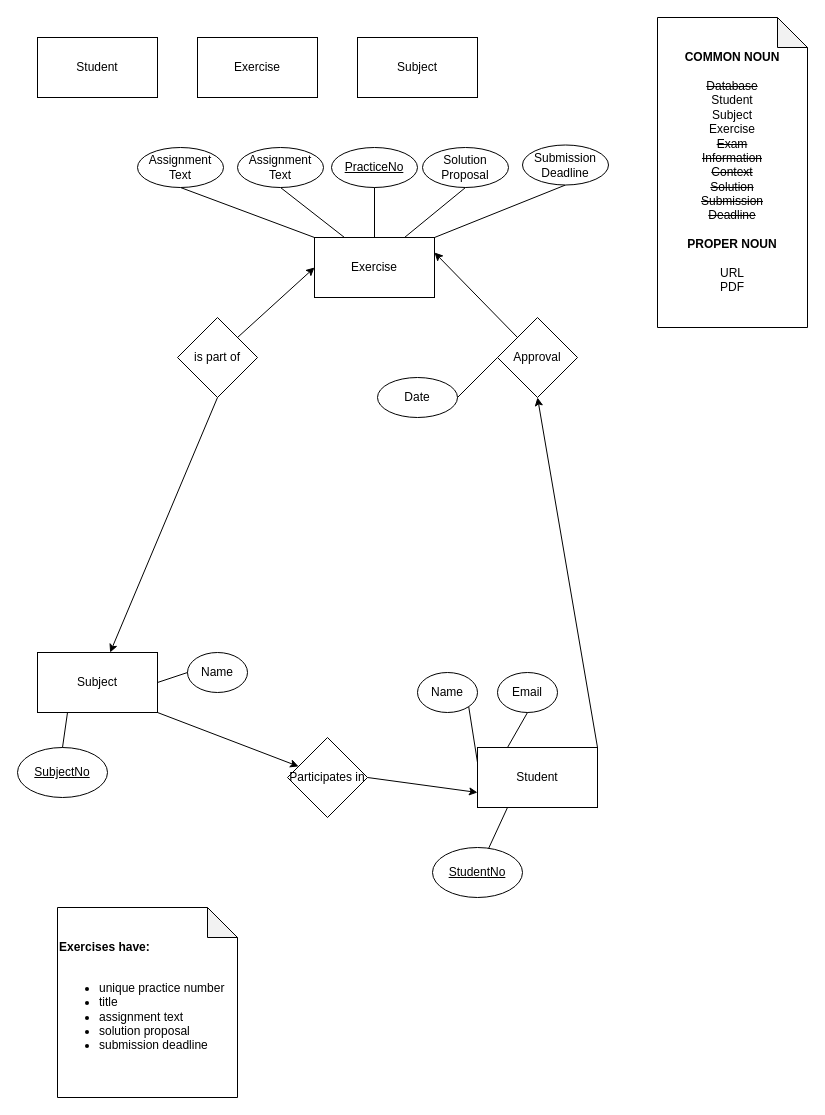
The draw.io diagram Data Engineer/Main Studies/Module 6 - Database and Data Warehouse/D2/task3_A.drawio in m-c-v-k/Portfolio, before the edit. Source tidied: cells renumbered, new cells numbered last; positions are measured from the earlier drawing's top-left corner, leaving out a move shared by most shapes. Both pictures are drawn from the tidied source at 100%, with x=0, y=0 at pixel (17, 17).
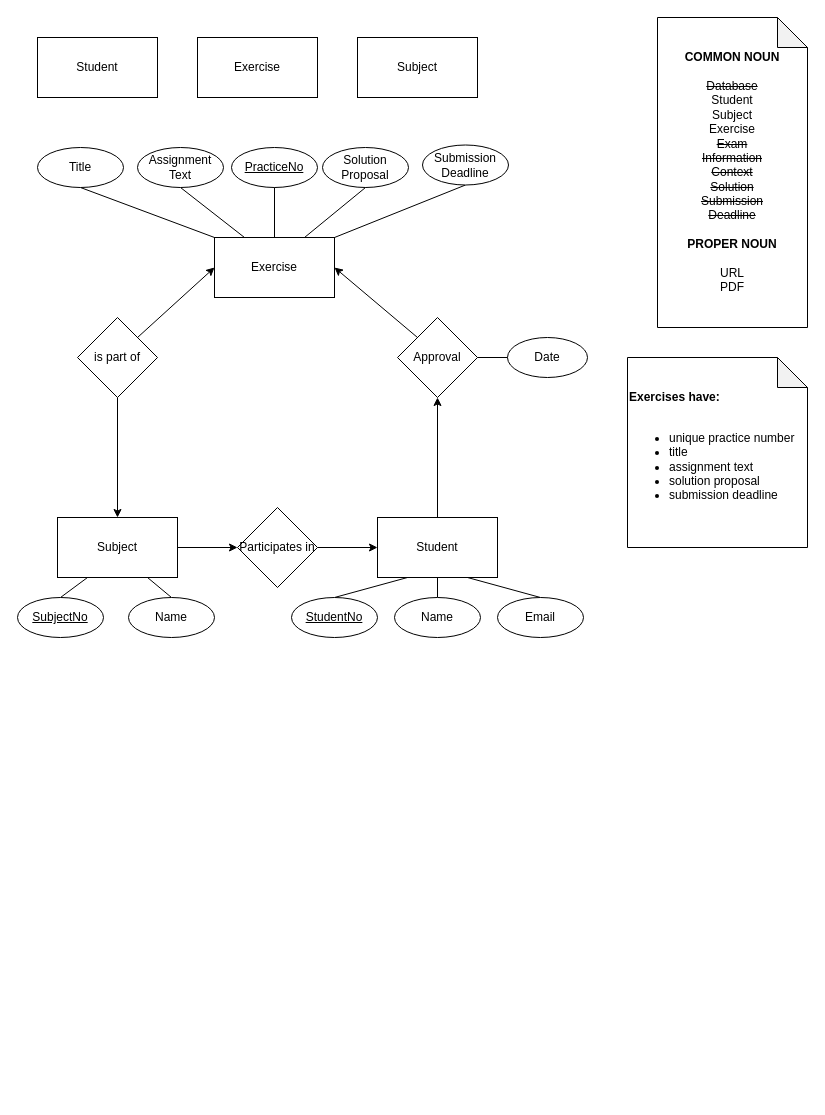
After the change.

The edit, as a diff of the source:
```diff
@@
-    <mxCell id="4" style="edgeStyle=none;html=1;exitX=0;exitY=0;exitDx=0;exitDy=0;entryX=1;entryY=0.25;entryDx=0;entryDy=0;" parent="1" edge="1" source="5" target="10">
-      <mxGeometry relative="1" as="geometry" />
+    <mxCell id="4" style="edgeStyle=none;html=1;exitX=0;exitY=0;exitDx=0;exitDy=0;entryX=1;entryY=0.5;entryDx=0;entryDy=0;" parent="1" edge="1" target="10">
+      <mxGeometry relative="1" as="geometry">
+        <mxPoint x="400" y="320" as="sourcePoint" />
+      </mxGeometry>
     </mxCell>
     <mxCell id="5" value="Approval" style="rhombus;whiteSpace=wrap;html=1;" parent="1" vertex="1">
-      <mxGeometry x="480" y="300" width="80" height="80" as="geometry" />
+      <mxGeometry x="380" y="300" width="80" height="80" as="geometry" />
     </mxCell>
@@
     <mxCell id="8" value="&lt;div&gt;Solution&lt;/div&gt;&lt;div&gt;Proposal&lt;br&gt;&lt;/div&gt;" style="ellipse;whiteSpace=wrap;html=1;" parent="1" vertex="1">
-      <mxGeometry x="405" y="130" width="86" height="40" as="geometry" />
+      <mxGeometry x="305" y="130" width="86" height="40" as="geometry" />
     </mxCell>
     <mxCell id="9" value="&lt;div align=&quot;left&quot;&gt;&lt;b&gt;Exercises have:&lt;/b&gt;&lt;/div&gt;&lt;div align=&quot;left&quot;&gt;&lt;br&gt;&lt;/div&gt;&lt;ul&gt;&lt;li&gt;unique practice number&lt;/li&gt;&lt;li&gt;title&lt;/li&gt;&lt;li&gt;assignment text&lt;/li&gt;&lt;li&gt;solution proposal&lt;/li&gt;&lt;li&gt;submission deadline&lt;/li&gt;&lt;/ul&gt;" style="shape=note;whiteSpace=wrap;html=1;backgroundOutline=1;darkOpacity=0.05;align=left;" parent="1" vertex="1">
-      <mxGeometry x="40" y="890" width="180" height="190" as="geometry" />
+      <mxGeometry x="610" y="340" width="180" height="190" as="geometry" />
     </mxCell>
     <mxCell id="10" value="Exercise" style="rounded=0;whiteSpace=wrap;html=1;" parent="1" vertex="1">
-      <mxGeometry x="297" y="220" width="120" height="60" as="geometry" />
+      <mxGeometry x="197" y="220" width="120" height="60" as="geometry" />
     </mxCell>
     <mxCell id="11" style="endArrow=none;html=1;rounded=0;entryX=0.5;entryY=0;entryDx=0;entryDy=0;exitX=0.5;exitY=1;exitDx=0;exitDy=0;" parent="1" edge="1" target="10">
       <mxGeometry relative="1" as="geometry">
-        <mxPoint x="357" y="168.8" as="sourcePoint" />
+        <mxPoint x="257" y="168.8" as="sourcePoint" />
       </mxGeometry>
     </mxCell>
@@
     <mxCell id="16" value="Date" style="ellipse;whiteSpace=wrap;html=1;" parent="1" vertex="1">
-      <mxGeometry x="360" y="360" width="80" height="40" as="geometry" />
+      <mxGeometry x="490" y="320" width="80" height="40" as="geometry" />
     </mxCell>
-    <mxCell id="17" style="endArrow=none;html=1;rounded=0;entryX=0;entryY=0.5;entryDx=0;entryDy=0;exitX=1;exitY=0.5;exitDx=0;exitDy=0;" parent="1" edge="1" source="16" target="5">
-      <mxGeometry relative="1" as="geometry" />
+    <mxCell id="17" style="endArrow=none;html=1;rounded=0;exitX=0;exitY=0.5;exitDx=0;exitDy=0;" parent="1" edge="1" source="16">
+      <mxGeometry relative="1" as="geometry">
+        <mxPoint x="460" y="340" as="targetPoint" />
+      </mxGeometry>
     </mxCell>
-    <mxCell id="18" style="edgeStyle=none;html=1;exitX=1;exitY=0;exitDx=0;exitDy=0;entryX=0.5;entryY=1;entryDx=0;entryDy=0;" parent="1" edge="1" source="19" target="5">
+    <mxCell id="18" style="edgeStyle=none;html=1;exitX=0.5;exitY=0;exitDx=0;exitDy=0;entryX=0.5;entryY=1;entryDx=0;entryDy=0;" parent="1" edge="1" source="19" target="5">
       <mxGeometry relative="1" as="geometry" />
     </mxCell>
     <mxCell id="19" value="Student" style="rounded=0;whiteSpace=wrap;html=1;" parent="1" vertex="1">
-      <mxGeometry x="460" y="730" width="120" height="60" as="geometry" />
+      <mxGeometry x="360" y="500" width="120" height="60" as="geometry" />
     </mxCell>
-    <mxCell id="20" value="Email" style="ellipse;whiteSpace=wrap;html=1;" parent="1" vertex="1">
-      <mxGeometry x="480" y="655" width="60" height="40" as="geometry" />
-    </mxCell>
-    <mxCell id="21" value="Name" style="ellipse;whiteSpace=wrap;html=1;" parent="1" vertex="1">
-      <mxGeometry x="400" y="655" width="60" height="40" as="geometry" />
-    </mxCell>
-    <mxCell id="22" value="&lt;div&gt;&lt;u&gt;StudentNo&lt;/u&gt;&lt;/div&gt;" style="ellipse;whiteSpace=wrap;html=1;" parent="1" vertex="1">
-      <mxGeometry x="415" y="830" width="90" height="50" as="geometry" />
-    </mxCell>
-    <mxCell id="23" style="endArrow=none;html=1;rounded=0;exitX=0.5;exitY=1;exitDx=0;exitDy=0;entryX=0.25;entryY=0;entryDx=0;entryDy=0;" parent="1" edge="1" source="20" target="19">
+    <mxCell id="23" style="endArrow=none;html=1;rounded=0;entryX=0.75;entryY=1;entryDx=0;entryDy=0;exitX=0.5;exitY=0;exitDx=0;exitDy=0;" parent="1" edge="1" source="20" target="19">
       <mxGeometry relative="1" as="geometry" />
     </mxCell>
-    <mxCell id="24" style="endArrow=none;html=1;rounded=0;exitX=1;exitY=1;exitDx=0;exitDy=0;entryX=0;entryY=0.25;entryDx=0;entryDy=0;" parent="1" edge="1" source="21" target="19">
+    <mxCell id="24" style="endArrow=none;html=1;rounded=0;exitX=0.5;exitY=0;exitDx=0;exitDy=0;entryX=0.5;entryY=1;entryDx=0;entryDy=0;" parent="1" edge="1" source="42" target="19">
       <mxGeometry relative="1" as="geometry" />
     </mxCell>
-    <mxCell id="25" style="endArrow=none;html=1;rounded=0;entryX=0.25;entryY=1;entryDx=0;entryDy=0;" parent="1" edge="1" source="22" target="19">
+    <mxCell id="25" style="endArrow=none;html=1;rounded=0;entryX=0.25;entryY=1;entryDx=0;entryDy=0;exitX=0.5;exitY=0;exitDx=0;exitDy=0;" parent="1" edge="1" source="22" target="19">
       <mxGeometry relative="1" as="geometry" />
     </mxCell>
-    <mxCell id="26" value="Name" style="ellipse;whiteSpace=wrap;html=1;" parent="1" vertex="1">
-      <mxGeometry x="170" y="635" width="60" height="40" as="geometry" />
-    </mxCell>
-    <mxCell id="27" style="edgeStyle=none;html=1;exitX=1;exitY=1;exitDx=0;exitDy=0;" parent="1" edge="1" source="28" target="36">
+    <mxCell id="27" style="edgeStyle=none;html=1;exitX=1;exitY=0.5;exitDx=0;exitDy=0;" parent="1" edge="1" source="28" target="36">
       <mxGeometry relative="1" as="geometry" />
     </mxCell>
     <mxCell id="28" value="Subject" style="rounded=0;whiteSpace=wrap;html=1;" parent="1" vertex="1">
-      <mxGeometry x="20" y="635" width="120" height="60" as="geometry" />
+      <mxGeometry x="40" y="500" width="120" height="60" as="geometry" />
     </mxCell>
-    <mxCell id="29" style="endArrow=none;html=1;rounded=0;entryX=0;entryY=0.5;entryDx=0;entryDy=0;exitX=1;exitY=0.5;exitDx=0;exitDy=0;" parent="1" edge="1" source="28" target="26">
+    <mxCell id="29" style="endArrow=none;html=1;rounded=0;entryX=0.5;entryY=0;entryDx=0;entryDy=0;exitX=0.75;exitY=1;exitDx=0;exitDy=0;" parent="1" edge="1" source="28" target="41">
       <mxGeometry relative="1" as="geometry" />
     </mxCell>
-    <mxCell id="30" value="&lt;div&gt;&lt;u&gt;SubjectNo&lt;/u&gt;&lt;/div&gt;" style="ellipse;whiteSpace=wrap;html=1;" parent="1" vertex="1">
-      <mxGeometry y="730" width="90" height="50" as="geometry" />
-    </mxCell>
@@
-    <mxCell id="32" style="edgeStyle=none;html=1;exitX=1;exitY=0;exitDx=0;exitDy=0;entryX=0;entryY=0.5;entryDx=0;entryDy=0;" parent="1" edge="1" source="34" target="10">
-      <mxGeometry relative="1" as="geometry" />
+    <mxCell id="32" style="edgeStyle=none;html=1;exitX=1;exitY=0;exitDx=0;exitDy=0;entryX=0;entryY=0.5;entryDx=0;entryDy=0;" parent="1" edge="1" target="10">
+      <mxGeometry relative="1" as="geometry">
+        <mxPoint x="120" y="320" as="sourcePoint" />
+      </mxGeometry>
     </mxCell>
@@
     <mxCell id="34" value="is part of" style="rhombus;whiteSpace=wrap;html=1;" parent="1" vertex="1">
-      <mxGeometry x="160" y="300" width="80" height="80" as="geometry" />
+      <mxGeometry x="60" y="300" width="80" height="80" as="geometry" />
     </mxCell>
-    <mxCell id="35" style="edgeStyle=none;html=1;exitX=1;exitY=0.5;exitDx=0;exitDy=0;entryX=0;entryY=0.75;entryDx=0;entryDy=0;" parent="1" edge="1" source="36" target="19">
+    <mxCell id="35" style="edgeStyle=none;html=1;exitX=1;exitY=0.5;exitDx=0;exitDy=0;entryX=0;entryY=0.5;entryDx=0;entryDy=0;" parent="1" edge="1" source="36" target="19">
       <mxGeometry relative="1" as="geometry" />
     </mxCell>
     <mxCell id="36" value="Participates in" style="rhombus;whiteSpace=wrap;html=1;" parent="1" vertex="1">
-      <mxGeometry x="270" y="720" width="80" height="80" as="geometry" />
+      <mxGeometry x="220" y="490" width="80" height="80" as="geometry" />
     </mxCell>
     <mxCell id="37" value="&lt;div&gt;&lt;u&gt;PracticeNo&lt;/u&gt;&lt;/div&gt;" style="ellipse;whiteSpace=wrap;html=1;" parent="1" vertex="1">
-      <mxGeometry x="314" y="130" width="86" height="40" as="geometry" />
+      <mxGeometry x="214" y="130" width="86" height="40" as="geometry" />
     </mxCell>
     <mxCell id="38" value="&lt;div&gt;&lt;div&gt;Submission&lt;/div&gt;&lt;div&gt;Deadline&lt;/div&gt;&lt;/div&gt;" style="ellipse;whiteSpace=wrap;html=1;" parent="1" vertex="1">
-      <mxGeometry x="505" y="127.5" width="86" height="40" as="geometry" />
+      <mxGeometry x="405" y="127.5" width="86" height="40" as="geometry" />
     </mxCell>
     <mxCell id="39" value="&lt;div&gt;Assignment&lt;/div&gt;&lt;div&gt;Text&lt;/div&gt;" style="ellipse;whiteSpace=wrap;html=1;" parent="1" vertex="1">
-      <mxGeometry x="220" y="130" width="86" height="40" as="geometry" />
+      <mxGeometry x="120" y="130" width="86" height="40" as="geometry" />
     </mxCell>
-    <mxCell id="40" value="&lt;div&gt;Assignment&lt;/div&gt;&lt;div&gt;Text&lt;/div&gt;" style="ellipse;whiteSpace=wrap;html=1;" parent="1" vertex="1">
-      <mxGeometry x="120" y="130" width="86" height="40" as="geometry" />
+    <mxCell id="40" value="&lt;div&gt;Title&lt;/div&gt;" style="ellipse;whiteSpace=wrap;html=1;" parent="1" vertex="1">
+      <mxGeometry x="20" y="130" width="86" height="40" as="geometry" />
     </mxCell>
+    <mxCell id="30" value="&lt;div&gt;&lt;u&gt;SubjectNo&lt;/u&gt;&lt;/div&gt;" style="ellipse;whiteSpace=wrap;html=1;" parent="1" vertex="1">
+      <mxGeometry y="580" width="86" height="40" as="geometry" />
+    </mxCell>
+    <mxCell id="41" value="&lt;div&gt;Name&lt;/div&gt;" style="ellipse;whiteSpace=wrap;html=1;" parent="1" vertex="1">
+      <mxGeometry x="111" y="580" width="86" height="40" as="geometry" />
+    </mxCell>
+    <mxCell id="20" value="&lt;div&gt;Email&lt;/div&gt;" style="ellipse;whiteSpace=wrap;html=1;" parent="1" vertex="1">
+      <mxGeometry x="480" y="580" width="86" height="40" as="geometry" />
+    </mxCell>
+    <mxCell id="42" value="&lt;div&gt;Name&lt;/div&gt;" style="ellipse;whiteSpace=wrap;html=1;" parent="1" vertex="1">
+      <mxGeometry x="377" y="580" width="86" height="40" as="geometry" />
+    </mxCell>
+    <mxCell id="22" value="&lt;div&gt;&lt;u&gt;StudentNo&lt;/u&gt;&lt;/div&gt;" style="ellipse;whiteSpace=wrap;html=1;" parent="1" vertex="1">
+      <mxGeometry x="274" y="580" width="86" height="40" as="geometry" />
+    </mxCell>
```
